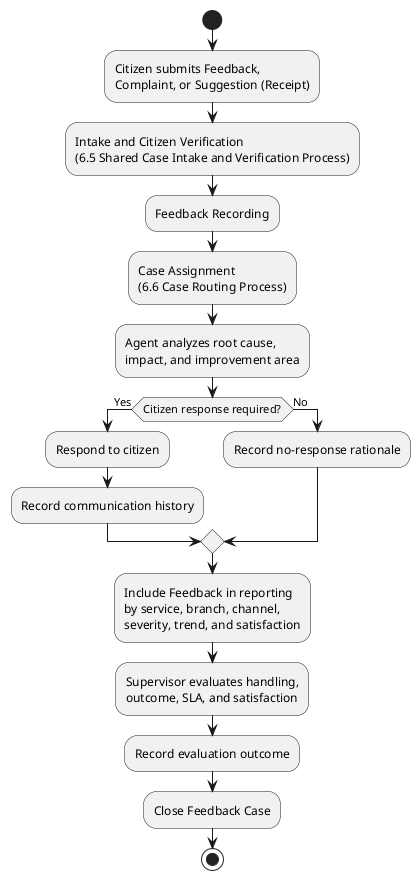
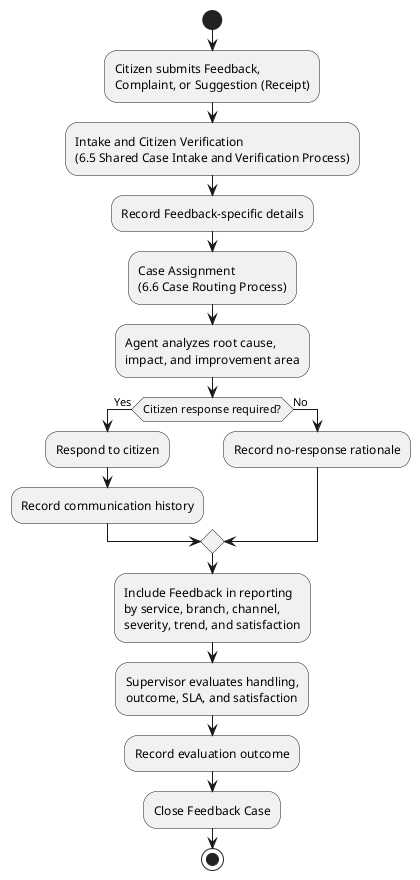
@startuml
start

:Citizen submits Feedback,
Complaint, or Suggestion (Receipt);
:Intake and Citizen Verification
(6.5 Shared Case Intake and Verification Process);
- :Feedback Recording;
+ :Record Feedback-specific details;
:Case Assignment
(6.6 Case Routing Process);
:Agent analyzes root cause,
impact, and improvement area;

if (Citizen response required?) then (Yes)
  :Respond to citizen;
  :Record communication history;
else (No)
  :Record no-response rationale;
endif

:Include Feedback in reporting
by service, branch, channel,
severity, trend, and satisfaction;
:Supervisor evaluates handling,
outcome, SLA, and satisfaction;
:Record evaluation outcome;
:Close Feedback Case;

stop
@enduml
